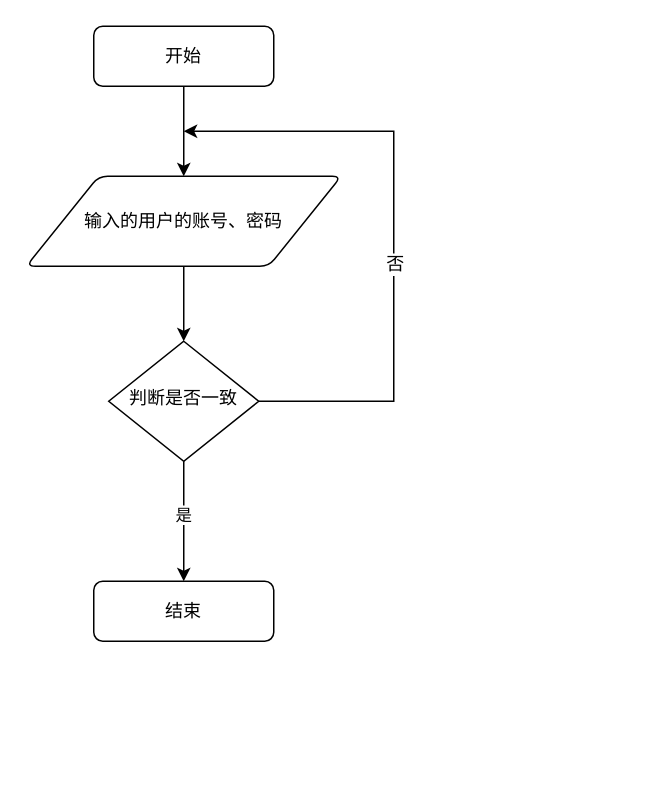
Above: drawio/用户登录流程图.drawio in jhongxu/image-hosting (draw.io), before the change. Source tidied: cells renumbered, new cells numbered last; positions are measured from the earlier drawing's top-left corner, leaving out a move shared by most shapes. Both pictures are drawn from the tidied source at 150%, with x=0, y=0 at pixel (26, 26).
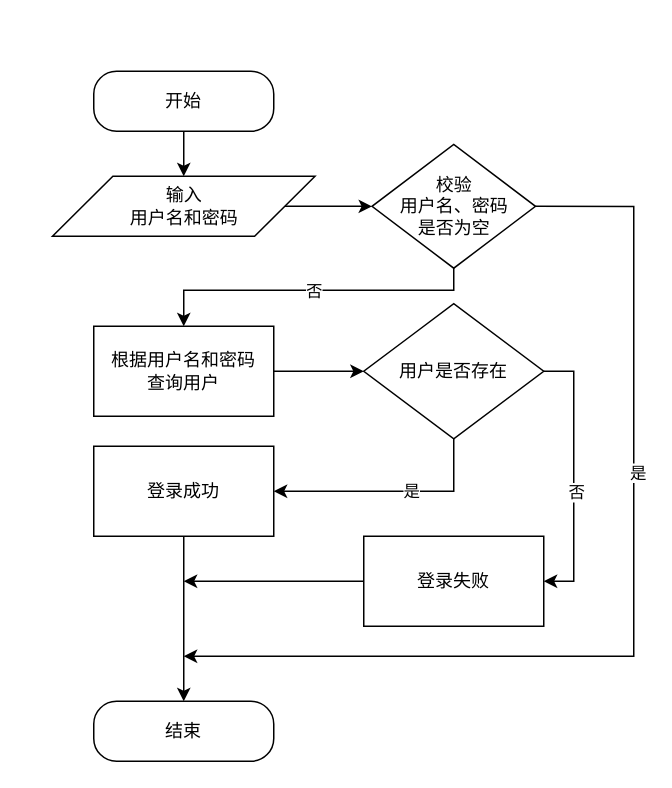
After the change.

Commit message:
更新用户登录流程图.drawio

Diff of the diagram source:
```diff
@@
-    <mxCell id="2" style="edgeStyle=orthogonalEdgeStyle;rounded=0;jettySize=auto;html=1;entryX=0.5;entryY=0;entryDx=0;entryDy=0;" parent="1" edge="1" source="3" target="10">
-      <mxGeometry relative="1" as="geometry" />
+    <mxCell id="2" style="edgeStyle=orthogonalEdgeStyle;rounded=0;jettySize=auto;html=1;entryX=0.5;entryY=0;entryDx=0;entryDy=0;" parent="1" edge="1" target="10">
+      <mxGeometry relative="1" as="geometry">
+        <mxPoint x="105" y="70" as="sourcePoint" />
+      </mxGeometry>
     </mxCell>
+    <mxCell id="8" value="结束" style="rounded=1;whiteSpace=wrap;html=1;fontSize=12;glass=0;strokeWidth=1;shadow=0;arcSize=38;" parent="1" vertex="1">
+      <mxGeometry x="45" y="450" width="120" height="40" as="geometry" />
+    </mxCell>
+    <mxCell id="11" style="edgeStyle=orthogonalEdgeStyle;rounded=0;jettySize=auto;html=1;" parent="1" edge="1" source="10" target="16">
+      <mxGeometry relative="1" as="geometry" />
+    </mxCell>
+    <mxCell id="10" value="输入&lt;br&gt;用户名和密码" style="shape=parallelogram;html=1;strokeWidth=1;perimeter=parallelogramPerimeter;whiteSpace=wrap;rounded=1;arcSize=0;size=0.23;" parent="1" vertex="1">
+      <mxGeometry x="17.5" y="100" width="175" height="40" as="geometry" />
+    </mxCell>
+    <mxCell id="12" style="edgeStyle=orthogonalEdgeStyle;rounded=0;jettySize=auto;html=1;entryX=0.5;entryY=0;entryDx=0;entryDy=0;" parent="1" edge="1" target="18">
+      <mxGeometry relative="1" as="geometry">
+        <mxPoint x="285" y="157.2" as="sourcePoint" />
+        <Array as="points">
+          <mxPoint x="285" y="176" />
+          <mxPoint x="105" y="176" />
+        </Array>
+      </mxGeometry>
+    </mxCell>
+    <mxCell id="13" value="否" style="edgeLabel;html=1;align=center;verticalAlign=middle;" parent="12" vertex="1">
+      <mxGeometry x="-0.37" y="4" relative="1" as="geometry">
+        <mxPoint x="-42" y="-4" as="offset" />
+      </mxGeometry>
+    </mxCell>
+    <mxCell id="14" style="edgeStyle=orthogonalEdgeStyle;rounded=0;jettySize=auto;html=1;exitX=1;exitY=0.5;exitDx=0;exitDy=0;" parent="1" edge="1" source="16">
+      <mxGeometry relative="1" as="geometry">
+        <mxPoint x="105" y="420" as="targetPoint" />
+        <Array as="points">
+          <mxPoint x="405" y="120" />
+          <mxPoint x="405" y="420" />
+        </Array>
+      </mxGeometry>
+    </mxCell>
+    <mxCell id="15" value="是" style="edgeLabel;html=1;align=center;verticalAlign=middle;" parent="14" vertex="1">
+      <mxGeometry x="-0.27" y="2" relative="1" as="geometry" />
+    </mxCell>
+    <mxCell id="16" value="校验&lt;br&gt;用户名、密码&lt;br&gt;是否为空" style="rhombus;whiteSpace=wrap;html=1;strokeWidth=1;rounded=1;arcSize=0;" parent="1" vertex="1">
+      <mxGeometry x="230.5" y="78.8" width="109" height="82.5" as="geometry" />
+    </mxCell>
+    <mxCell id="17" style="edgeStyle=orthogonalEdgeStyle;rounded=0;jettySize=auto;html=1;" parent="1" edge="1" source="18" target="23">
+      <mxGeometry relative="1" as="geometry" />
+    </mxCell>
+    <mxCell id="18" value="根据用户名和密码&lt;br&gt;查询用户" style="whiteSpace=wrap;html=1;strokeWidth=1;rounded=1;arcSize=0;" parent="1" vertex="1">
+      <mxGeometry x="45" y="200" width="120" height="60" as="geometry" />
+    </mxCell>
+    <mxCell id="19" style="edgeStyle=orthogonalEdgeStyle;rounded=0;jettySize=auto;html=1;" parent="1" edge="1" source="23" target="25">
+      <mxGeometry relative="1" as="geometry">
+        <Array as="points">
+          <mxPoint x="285" y="310" />
+        </Array>
+      </mxGeometry>
+    </mxCell>
+    <mxCell id="20" value="是" style="edgeLabel;html=1;align=center;verticalAlign=middle;" parent="19" vertex="1">
+      <mxGeometry x="-0.17" y="3" relative="1" as="geometry">
+        <mxPoint y="-4" as="offset" />
+      </mxGeometry>
+    </mxCell>
+    <mxCell id="21" style="edgeStyle=orthogonalEdgeStyle;rounded=0;jettySize=auto;html=1;" parent="1" edge="1" source="23" target="27">
+      <mxGeometry relative="1" as="geometry">
+        <Array as="points">
+          <mxPoint x="365" y="230" />
+          <mxPoint x="365" y="370" />
+        </Array>
+      </mxGeometry>
+    </mxCell>
+    <mxCell id="22" value="否" style="edgeLabel;html=1;align=center;verticalAlign=middle;" parent="21" vertex="1">
+      <mxGeometry x="0.21" y="1" relative="1" as="geometry">
+        <mxPoint y="-9" as="offset" />
+      </mxGeometry>
+    </mxCell>
+    <mxCell id="23" value="用户是否存在" style="rhombus;whiteSpace=wrap;html=1;strokeWidth=1;rounded=1;arcSize=0;" parent="1" vertex="1">
+      <mxGeometry x="225" y="185" width="120" height="90" as="geometry" />
+    </mxCell>
+    <mxCell id="24" style="edgeStyle=orthogonalEdgeStyle;rounded=0;jettySize=auto;html=1;exitX=0.5;exitY=1;exitDx=0;exitDy=0;entryX=0.5;entryY=0;entryDx=0;entryDy=0;" parent="1" edge="1" source="25" target="8">
+      <mxGeometry relative="1" as="geometry" />
+    </mxCell>
+    <mxCell id="25" value="登录成功" style="whiteSpace=wrap;html=1;strokeWidth=1;rounded=1;arcSize=0;" parent="1" vertex="1">
+      <mxGeometry x="45" y="280" width="120" height="60" as="geometry" />
+    </mxCell>
-    <mxCell id="3" value="开始" style="rounded=1;whiteSpace=wrap;html=1;fontSize=12;glass=0;strokeWidth=1;shadow=0;" parent="1" vertex="1">
-      <mxGeometry x="45" width="120" height="40" as="geometry" />
+    <mxCell id="3" value="开始" style="rounded=1;whiteSpace=wrap;html=1;fontSize=12;glass=0;strokeWidth=1;shadow=0;arcSize=38;" parent="1" vertex="1">
+      <mxGeometry x="45" y="30" width="120" height="40" as="geometry" />
     </mxCell>
-    <mxCell id="4" value="是" style="edgeStyle=orthogonalEdgeStyle;rounded=0;jettySize=auto;html=1;exitX=0.5;exitY=1;exitDx=0;exitDy=0;" parent="1" edge="1" source="7" target="8">
-      <mxGeometry x="-0.09" relative="1" as="geometry">
-        <Array as="points">
-          <mxPoint x="105" y="320" />
-          <mxPoint x="105" y="320" />
-        </Array>
-      </mxGeometry>
-    </mxCell>
-    <mxCell id="5" style="edgeStyle=orthogonalEdgeStyle;rounded=0;jettySize=auto;html=1;exitX=1;exitY=0.5;exitDx=0;exitDy=0;" parent="1" edge="1" source="7">
-      <mxGeometry relative="1" as="geometry">
-        <mxPoint x="105" y="70" as="targetPoint" />
-        <Array as="points">
-          <mxPoint x="245" y="250" />
-          <mxPoint x="245" y="70" />
-        </Array>
-      </mxGeometry>
-    </mxCell>
-    <mxCell id="6" value="否" style="edgeLabel;html=1;align=center;verticalAlign=middle;fontSize=12;" parent="5" vertex="1">
-      <mxGeometry x="-0.2" relative="1" as="geometry">
-        <mxPoint y="-18" as="offset" />
-      </mxGeometry>
-    </mxCell>
-    <mxCell id="7" value="判断是否一致" style="rhombus;whiteSpace=wrap;html=1;shadow=0;fontFamily=Helvetica;fontSize=12;align=center;strokeWidth=1;spacing=6;spacingTop=-4;" parent="1" vertex="1">
-      <mxGeometry x="55" y="210" width="100" height="80" as="geometry" />
-    </mxCell>
-    <mxCell id="8" value="结束" style="rounded=1;whiteSpace=wrap;html=1;fontSize=12;glass=0;strokeWidth=1;shadow=0;" parent="1" vertex="1">
-      <mxGeometry x="45" y="370" width="120" height="40" as="geometry" />
-    </mxCell>
-    <mxCell id="9" style="edgeStyle=orthogonalEdgeStyle;rounded=0;jettySize=auto;html=1;exitX=0.5;exitY=1;exitDx=0;exitDy=0;entryX=0.5;entryY=0;entryDx=0;entryDy=0;" parent="1" edge="1" source="10" target="7">
-      <mxGeometry relative="1" as="geometry" />
-    </mxCell>
-    <mxCell id="10" value="输入的用户的账号、密码" style="shape=parallelogram;html=1;strokeWidth=1;perimeter=parallelogramPerimeter;whiteSpace=wrap;rounded=1;arcSize=12;size=0.23;" parent="1" vertex="1">
-      <mxGeometry y="100" width="210" height="60" as="geometry" />
-    </mxCell>
+    <mxCell id="26" style="edgeStyle=orthogonalEdgeStyle;rounded=0;jettySize=auto;html=1;exitX=0;exitY=0.5;exitDx=0;exitDy=0;" parent="1" edge="1" source="27">
+      <mxGeometry relative="1" as="geometry">
+        <mxPoint x="105" y="370" as="targetPoint" />
+      </mxGeometry>
+    </mxCell>
+    <mxCell id="27" value="登录失败" style="whiteSpace=wrap;html=1;strokeWidth=1;rounded=1;arcSize=0;" parent="1" vertex="1">
+      <mxGeometry x="225" y="340" width="120" height="60" as="geometry" />
+    </mxCell>
```
